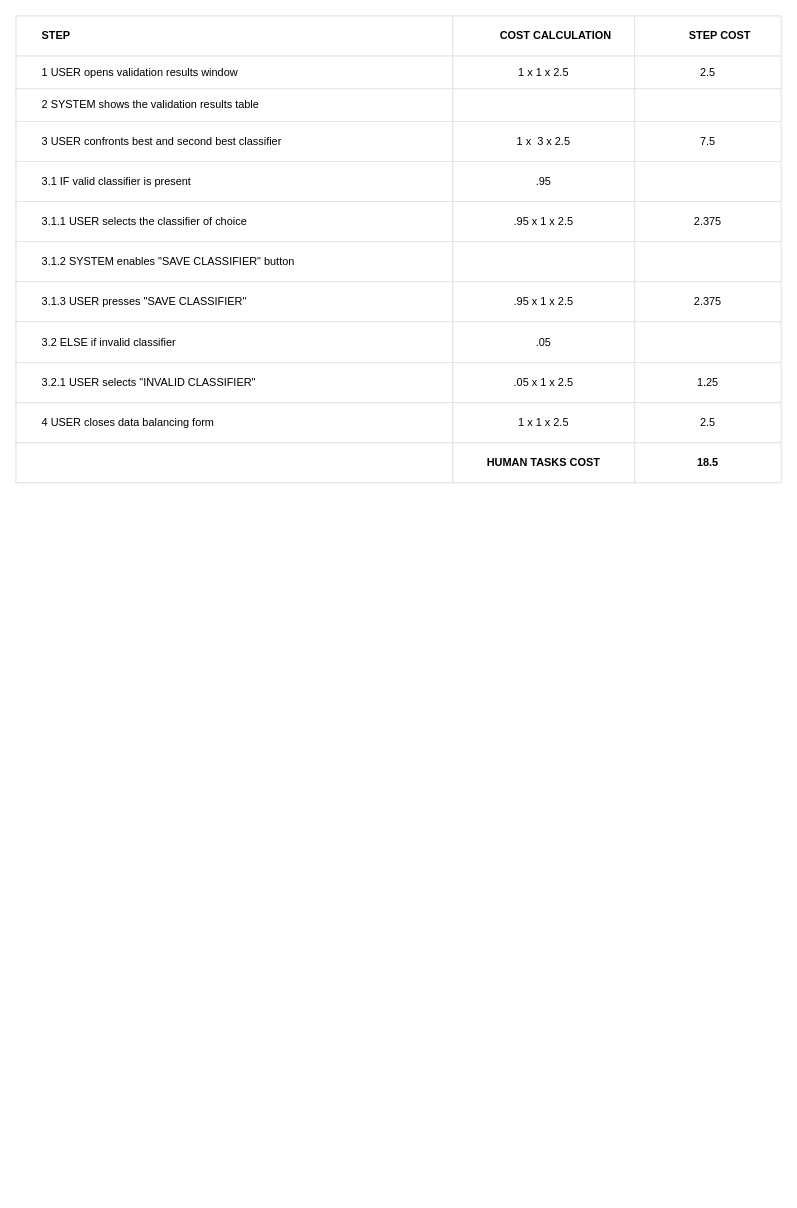
Earlier version of the draw.io diagram check validation results (Cape)/table_check validation results.drawio (BaffoBello14/AutomaticDamagesRecognition). Source tidied: cells renumbered, new cells numbered last; positions are measured from the earlier drawing's top-left corner, leaving out a move shared by most shapes. Both pictures are drawn from the tidied source at 91%, with x=0, y=0 at pixel (15, 15).
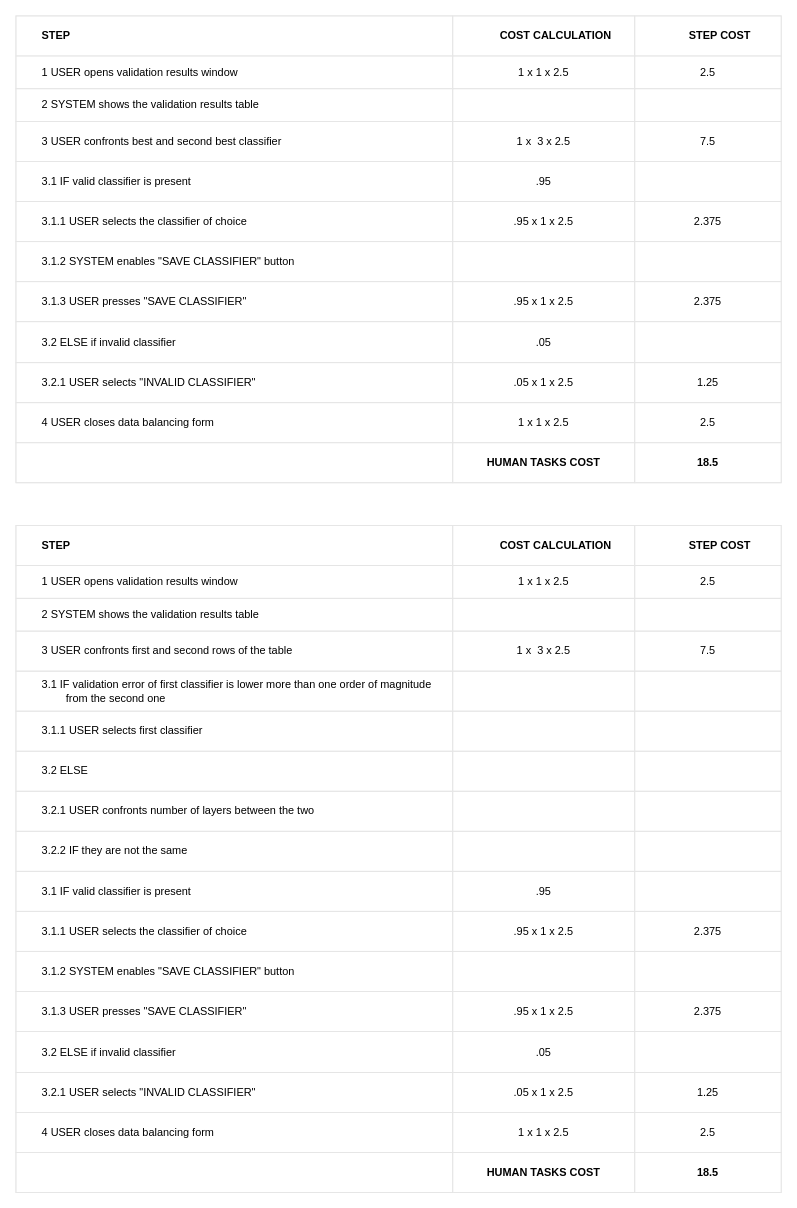
The same page after the edit.

Change to the diagram source:
```diff
@@
+    <mxCell id="51" style="childLayout=tableLayout;shadow=0;strokeColor=#E6E6E6;align=center;" parent="1" vertex="1">
+      <mxGeometry y="560" width="841" height="733" as="geometry" />
+    </mxCell>
+    <mxCell id="52" style="shape=tableRow;horizontal=0;startSize=0;swimlaneHead=0;swimlaneBody=0;top=0;left=0;bottom=0;right=0;fontStyle=0;fillColor=none;strokeColor=inherit;align=center;" parent="51" vertex="1">
+      <mxGeometry width="841" height="44" as="geometry" />
+    </mxCell>
+    <mxCell id="53" value="&lt;span style=&quot;white-space: pre;&quot;&gt;&#9;&lt;/span&gt;STEP" style="strokeColor=inherit;fillColor=none;align=left;whiteSpace=wrap;html=1;fontStyle=1;labelPosition=center;verticalLabelPosition=middle;verticalAlign=middle;" parent="52" vertex="1">
+      <mxGeometry width="480" height="44" as="geometry" />
+    </mxCell>
+    <mxCell id="54" value="&lt;span style=&quot;white-space: pre;&quot;&gt;&#9;&lt;/span&gt;COST CALCULATION" style="strokeColor=inherit;fillColor=none;align=center;whiteSpace=wrap;html=1;fontStyle=1;" parent="52" vertex="1">
+      <mxGeometry x="480" width="200" height="44" as="geometry" />
+    </mxCell>
+    <mxCell id="55" value="&lt;span style=&quot;white-space: pre;&quot;&gt;&#9;&lt;/span&gt;STEP COST" style="strokeColor=inherit;fillColor=none;align=center;whiteSpace=wrap;html=1;fontStyle=1;" parent="52" vertex="1">
+      <mxGeometry x="680" width="161" height="44" as="geometry" />
+    </mxCell>
+    <mxCell id="56" style="shape=tableRow;horizontal=0;startSize=0;swimlaneHead=0;swimlaneBody=0;top=0;left=0;bottom=0;right=0;fontStyle=0;fillColor=none;strokeColor=inherit;align=center;" parent="51" vertex="1">
+      <mxGeometry y="44" width="841" height="36" as="geometry" />
+    </mxCell>
+    <mxCell id="57" value="&lt;span style=&quot;white-space: pre;&quot;&gt;&#9;&lt;/span&gt;1 USER opens validation results window" style="strokeColor=inherit;fillColor=none;align=left;whiteSpace=wrap;html=1;labelPosition=center;verticalLabelPosition=middle;verticalAlign=middle;" parent="56" vertex="1">
+      <mxGeometry width="480" height="36" as="geometry" />
+    </mxCell>
+    <mxCell id="58" value="1 x 1 x 2.5" style="strokeColor=inherit;fillColor=none;align=center;whiteSpace=wrap;html=1;" parent="56" vertex="1">
+      <mxGeometry x="480" width="200" height="36" as="geometry" />
+    </mxCell>
+    <mxCell id="59" value="2.5" style="strokeColor=inherit;fillColor=none;align=center;whiteSpace=wrap;html=1;" parent="56" vertex="1">
+      <mxGeometry x="680" width="161" height="36" as="geometry" />
+    </mxCell>
+    <mxCell id="60" style="shape=tableRow;horizontal=0;startSize=0;swimlaneHead=0;swimlaneBody=0;top=0;left=0;bottom=0;right=0;fontStyle=0;fillColor=none;strokeColor=inherit;align=center;" parent="51" vertex="1">
+      <mxGeometry y="80" width="841" height="36" as="geometry" />
+    </mxCell>
+    <mxCell id="61" value="&lt;span style=&quot;white-space: pre;&quot;&gt;&#9;&lt;/span&gt;2 SYSTEM shows the validation results table" style="strokeColor=inherit;fillColor=none;align=left;whiteSpace=wrap;html=1;labelPosition=center;verticalLabelPosition=middle;verticalAlign=middle;" parent="60" vertex="1">
+      <mxGeometry width="480" height="36" as="geometry" />
+    </mxCell>
+    <mxCell id="62" style="strokeColor=inherit;fillColor=none;align=center;whiteSpace=wrap;html=1;" parent="60" vertex="1">
+      <mxGeometry x="480" width="200" height="36" as="geometry" />
+    </mxCell>
+    <mxCell id="63" style="strokeColor=inherit;fillColor=none;align=center;whiteSpace=wrap;html=1;" parent="60" vertex="1">
+      <mxGeometry x="680" width="161" height="36" as="geometry" />
+    </mxCell>
+    <mxCell id="64" style="shape=tableRow;horizontal=0;startSize=0;swimlaneHead=0;swimlaneBody=0;top=0;left=0;bottom=0;right=0;fontStyle=0;fillColor=none;strokeColor=inherit;align=center;" parent="51" vertex="1">
+      <mxGeometry y="116" width="841" height="44" as="geometry" />
+    </mxCell>
+    <mxCell id="65" value="&lt;span style=&quot;border-color: var(--border-color);&quot;&gt;&#9;&lt;/span&gt;&lt;span style=&quot;white-space: pre;&quot;&gt;&#9;&lt;/span&gt;3 USER confronts first and second rows of the table" style="strokeColor=inherit;fillColor=none;align=left;whiteSpace=wrap;html=1;labelPosition=center;verticalLabelPosition=middle;verticalAlign=middle;" parent="64" vertex="1">
+      <mxGeometry width="480" height="44" as="geometry" />
+    </mxCell>
+    <mxCell id="66" value="1 x&amp;nbsp; 3 x 2.5" style="strokeColor=inherit;fillColor=none;align=center;whiteSpace=wrap;html=1;" parent="64" vertex="1">
+      <mxGeometry x="480" width="200" height="44" as="geometry" />
+    </mxCell>
+    <mxCell id="67" value="7.5" style="strokeColor=inherit;fillColor=none;align=center;whiteSpace=wrap;html=1;" parent="64" vertex="1">
+      <mxGeometry x="680" width="161" height="44" as="geometry" />
+    </mxCell>
+    <mxCell id="68" style="shape=tableRow;horizontal=0;startSize=0;swimlaneHead=0;swimlaneBody=0;top=0;left=0;bottom=0;right=0;fontStyle=0;fillColor=none;strokeColor=inherit;align=center;" parent="51" vertex="1">
+      <mxGeometry y="160" width="841" height="44" as="geometry" />
+    </mxCell>
+    <mxCell id="69" value="&lt;span style=&quot;white-space: pre;&quot;&gt;&#9;&lt;/span&gt;3.1&amp;nbsp;IF validation error of first classifier is lower more than one order of magnitude &lt;span style=&quot;white-space: pre;&quot;&gt;&#9;&lt;/span&gt;&lt;span style=&quot;white-space: pre;&quot;&gt;&#9;&lt;/span&gt;from the second one" style="strokeColor=inherit;fillColor=none;align=left;whiteSpace=wrap;html=1;labelPosition=center;verticalLabelPosition=middle;verticalAlign=middle;" parent="68" vertex="1">
+      <mxGeometry width="480" height="44" as="geometry" />
+    </mxCell>
+    <mxCell id="70" style="strokeColor=inherit;fillColor=none;align=center;whiteSpace=wrap;html=1;" parent="68" vertex="1">
+      <mxGeometry x="480" width="200" height="44" as="geometry" />
+    </mxCell>
+    <mxCell id="71" style="strokeColor=inherit;fillColor=none;align=center;whiteSpace=wrap;html=1;" parent="68" vertex="1">
+      <mxGeometry x="680" width="161" height="44" as="geometry" />
+    </mxCell>
+    <mxCell id="72" style="shape=tableRow;horizontal=0;startSize=0;swimlaneHead=0;swimlaneBody=0;top=0;left=0;bottom=0;right=0;fontStyle=0;fillColor=none;strokeColor=inherit;align=center;" parent="51" vertex="1">
+      <mxGeometry y="204" width="841" height="44" as="geometry" />
+    </mxCell>
+    <mxCell id="73" value="&lt;span style=&quot;white-space: pre;&quot;&gt;&#9;&lt;/span&gt;3.1.1 USER selects first classifier" style="strokeColor=inherit;fillColor=none;align=left;whiteSpace=wrap;html=1;labelPosition=center;verticalLabelPosition=middle;verticalAlign=middle;" parent="72" vertex="1">
+      <mxGeometry width="480" height="44" as="geometry" />
+    </mxCell>
+    <mxCell id="74" style="strokeColor=inherit;fillColor=none;align=center;whiteSpace=wrap;html=1;" parent="72" vertex="1">
+      <mxGeometry x="480" width="200" height="44" as="geometry" />
+    </mxCell>
+    <mxCell id="75" style="strokeColor=inherit;fillColor=none;align=center;whiteSpace=wrap;html=1;" parent="72" vertex="1">
+      <mxGeometry x="680" width="161" height="44" as="geometry" />
+    </mxCell>
+    <mxCell id="76" style="shape=tableRow;horizontal=0;startSize=0;swimlaneHead=0;swimlaneBody=0;top=0;left=0;bottom=0;right=0;fontStyle=0;fillColor=none;strokeColor=inherit;align=center;" parent="51" vertex="1">
+      <mxGeometry y="248" width="841" height="44" as="geometry" />
+    </mxCell>
+    <mxCell id="77" value="&lt;span style=&quot;white-space: pre;&quot;&gt;&#9;&lt;/span&gt;3.2 ELSE&amp;nbsp;&amp;nbsp;" style="strokeColor=inherit;fillColor=none;align=left;whiteSpace=wrap;html=1;labelPosition=center;verticalLabelPosition=middle;verticalAlign=middle;" parent="76" vertex="1">
+      <mxGeometry width="480" height="44" as="geometry" />
+    </mxCell>
+    <mxCell id="78" style="strokeColor=inherit;fillColor=none;align=center;whiteSpace=wrap;html=1;" parent="76" vertex="1">
+      <mxGeometry x="480" width="200" height="44" as="geometry" />
+    </mxCell>
+    <mxCell id="79" style="strokeColor=inherit;fillColor=none;align=center;whiteSpace=wrap;html=1;" parent="76" vertex="1">
+      <mxGeometry x="680" width="161" height="44" as="geometry" />
+    </mxCell>
+    <mxCell id="80" style="shape=tableRow;horizontal=0;startSize=0;swimlaneHead=0;swimlaneBody=0;top=0;left=0;bottom=0;right=0;fontStyle=0;fillColor=none;strokeColor=inherit;align=center;" parent="51" vertex="1">
+      <mxGeometry y="292" width="841" height="44" as="geometry" />
+    </mxCell>
+    <mxCell id="81" value="&lt;span style=&quot;white-space: pre;&quot;&gt;&#9;&lt;/span&gt;3.2.1 USER confronts number of layers between the two" style="strokeColor=inherit;fillColor=none;align=left;whiteSpace=wrap;html=1;labelPosition=center;verticalLabelPosition=middle;verticalAlign=middle;" parent="80" vertex="1">
+      <mxGeometry width="480" height="44" as="geometry" />
+    </mxCell>
+    <mxCell id="82" style="strokeColor=inherit;fillColor=none;align=center;whiteSpace=wrap;html=1;" parent="80" vertex="1">
+      <mxGeometry x="480" width="200" height="44" as="geometry" />
+    </mxCell>
+    <mxCell id="83" style="strokeColor=inherit;fillColor=none;align=center;whiteSpace=wrap;html=1;" parent="80" vertex="1">
+      <mxGeometry x="680" width="161" height="44" as="geometry" />
+    </mxCell>
+    <mxCell id="84" style="shape=tableRow;horizontal=0;startSize=0;swimlaneHead=0;swimlaneBody=0;top=0;left=0;bottom=0;right=0;fontStyle=0;fillColor=none;strokeColor=inherit;align=center;" parent="51" vertex="1">
+      <mxGeometry y="336" width="841" height="44" as="geometry" />
+    </mxCell>
+    <mxCell id="85" value="&lt;span style=&quot;white-space: pre;&quot;&gt;&#9;&lt;/span&gt;3.2.2 IF they are not the same" style="strokeColor=inherit;fillColor=none;align=left;whiteSpace=wrap;html=1;labelPosition=center;verticalLabelPosition=middle;verticalAlign=middle;" parent="84" vertex="1">
+      <mxGeometry width="480" height="44" as="geometry" />
+    </mxCell>
+    <mxCell id="86" style="strokeColor=inherit;fillColor=none;align=center;whiteSpace=wrap;html=1;" parent="84" vertex="1">
+      <mxGeometry x="480" width="200" height="44" as="geometry" />
+    </mxCell>
+    <mxCell id="87" style="strokeColor=inherit;fillColor=none;align=center;whiteSpace=wrap;html=1;" parent="84" vertex="1">
+      <mxGeometry x="680" width="161" height="44" as="geometry" />
+    </mxCell>
+    <mxCell id="88" style="shape=tableRow;horizontal=0;startSize=0;swimlaneHead=0;swimlaneBody=0;top=0;left=0;bottom=0;right=0;fontStyle=0;fillColor=none;strokeColor=inherit;align=center;" parent="51" vertex="1">
+      <mxGeometry y="380" width="841" height="44" as="geometry" />
+    </mxCell>
+    <mxCell id="89" value="&lt;span style=&quot;white-space: pre;&quot;&gt;&#9;&lt;/span&gt;3.1&amp;nbsp;IF valid classifier is present" style="strokeColor=inherit;fillColor=none;align=left;whiteSpace=wrap;html=1;labelPosition=center;verticalLabelPosition=middle;verticalAlign=middle;" parent="88" vertex="1">
+      <mxGeometry width="480" height="44" as="geometry" />
+    </mxCell>
+    <mxCell id="90" value=".95" style="strokeColor=inherit;fillColor=none;align=center;whiteSpace=wrap;html=1;" parent="88" vertex="1">
+      <mxGeometry x="480" width="200" height="44" as="geometry" />
+    </mxCell>
+    <mxCell id="91" style="strokeColor=inherit;fillColor=none;align=center;whiteSpace=wrap;html=1;" parent="88" vertex="1">
+      <mxGeometry x="680" width="161" height="44" as="geometry" />
+    </mxCell>
+    <mxCell id="92" style="shape=tableRow;horizontal=0;startSize=0;swimlaneHead=0;swimlaneBody=0;top=0;left=0;bottom=0;right=0;fontStyle=0;fillColor=none;strokeColor=inherit;align=center;" parent="51" vertex="1">
+      <mxGeometry y="424" width="841" height="44" as="geometry" />
+    </mxCell>
+    <mxCell id="93" value="&lt;span style=&quot;&quot;&gt;&#9;&lt;/span&gt;&lt;span style=&quot;white-space: pre;&quot;&gt;&#9;&lt;/span&gt;3.1.1&amp;nbsp;USER selects the classifier of choice" style="strokeColor=inherit;fillColor=none;align=left;whiteSpace=wrap;html=1;labelPosition=center;verticalLabelPosition=middle;verticalAlign=middle;" parent="92" vertex="1">
+      <mxGeometry width="480" height="44" as="geometry" />
+    </mxCell>
+    <mxCell id="94" value=".95 x 1 x 2.5" style="strokeColor=inherit;fillColor=none;align=center;whiteSpace=wrap;html=1;" parent="92" vertex="1">
+      <mxGeometry x="480" width="200" height="44" as="geometry" />
+    </mxCell>
+    <mxCell id="95" value="2.375" style="strokeColor=inherit;fillColor=none;align=center;whiteSpace=wrap;html=1;" parent="92" vertex="1">
+      <mxGeometry x="680" width="161" height="44" as="geometry" />
+    </mxCell>
+    <mxCell id="96" style="shape=tableRow;horizontal=0;startSize=0;swimlaneHead=0;swimlaneBody=0;top=0;left=0;bottom=0;right=0;fontStyle=0;fillColor=none;strokeColor=inherit;align=center;" parent="51" vertex="1">
+      <mxGeometry y="468" width="841" height="44" as="geometry" />
+    </mxCell>
+    <mxCell id="97" value="&lt;span style=&quot;white-space: pre;&quot;&gt;&#9;&lt;/span&gt;3.1.2 SYSTEM enables &quot;SAVE CLASSIFIER&quot; button" style="strokeColor=inherit;fillColor=none;align=left;whiteSpace=wrap;html=1;labelPosition=center;verticalLabelPosition=middle;verticalAlign=middle;" parent="96" vertex="1">
+      <mxGeometry width="480" height="44" as="geometry" />
+    </mxCell>
+    <mxCell id="98" style="strokeColor=inherit;fillColor=none;align=center;whiteSpace=wrap;html=1;" parent="96" vertex="1">
+      <mxGeometry x="480" width="200" height="44" as="geometry" />
+    </mxCell>
+    <mxCell id="99" style="strokeColor=inherit;fillColor=none;align=center;whiteSpace=wrap;html=1;" parent="96" vertex="1">
+      <mxGeometry x="680" width="161" height="44" as="geometry" />
+    </mxCell>
+    <mxCell id="100" style="shape=tableRow;horizontal=0;startSize=0;swimlaneHead=0;swimlaneBody=0;top=0;left=0;bottom=0;right=0;fontStyle=0;fillColor=none;strokeColor=inherit;align=center;" parent="51" vertex="1">
+      <mxGeometry y="512" width="841" height="44" as="geometry" />
+    </mxCell>
+    <mxCell id="101" value="&lt;span style=&quot;white-space: pre;&quot;&gt;&#9;&lt;/span&gt;3.1.3 USER presses &quot;SAVE CLASSIFIER&quot;" style="strokeColor=inherit;fillColor=none;align=left;whiteSpace=wrap;html=1;labelPosition=center;verticalLabelPosition=middle;verticalAlign=middle;" parent="100" vertex="1">
+      <mxGeometry width="480" height="44" as="geometry" />
+    </mxCell>
+    <mxCell id="102" value=".95 x 1 x 2.5" style="strokeColor=inherit;fillColor=none;align=center;whiteSpace=wrap;html=1;" parent="100" vertex="1">
+      <mxGeometry x="480" width="200" height="44" as="geometry" />
+    </mxCell>
+    <mxCell id="103" value="2.375" style="strokeColor=inherit;fillColor=none;align=center;whiteSpace=wrap;html=1;" parent="100" vertex="1">
+      <mxGeometry x="680" width="161" height="44" as="geometry" />
+    </mxCell>
+    <mxCell id="104" style="shape=tableRow;horizontal=0;startSize=0;swimlaneHead=0;swimlaneBody=0;top=0;left=0;bottom=0;right=0;fontStyle=0;fillColor=none;strokeColor=inherit;align=center;" parent="51" vertex="1">
+      <mxGeometry y="556" width="841" height="45" as="geometry" />
+    </mxCell>
+    <mxCell id="105" value="&lt;span style=&quot;white-space: pre;&quot;&gt;&#9;&lt;/span&gt;3.2&amp;nbsp;ELSE if invalid classifier" style="strokeColor=inherit;fillColor=none;align=left;whiteSpace=wrap;html=1;labelPosition=center;verticalLabelPosition=middle;verticalAlign=middle;" parent="104" vertex="1">
+      <mxGeometry width="480" height="45" as="geometry" />
+    </mxCell>
+    <mxCell id="106" value=".05" style="strokeColor=inherit;fillColor=none;align=center;whiteSpace=wrap;html=1;" parent="104" vertex="1">
+      <mxGeometry x="480" width="200" height="45" as="geometry" />
+    </mxCell>
+    <mxCell id="107" style="strokeColor=inherit;fillColor=none;align=center;whiteSpace=wrap;html=1;" parent="104" vertex="1">
+      <mxGeometry x="680" width="161" height="45" as="geometry" />
+    </mxCell>
+    <mxCell id="108" style="shape=tableRow;horizontal=0;startSize=0;swimlaneHead=0;swimlaneBody=0;top=0;left=0;bottom=0;right=0;fontStyle=0;fillColor=none;strokeColor=inherit;align=center;" parent="51" vertex="1">
+      <mxGeometry y="601" width="841" height="44" as="geometry" />
+    </mxCell>
+    <mxCell id="109" value="&lt;span style=&quot;white-space: pre;&quot;&gt;&#9;&lt;/span&gt;3.2.1&amp;nbsp;USER selects &quot;INVALID CLASSIFIER&quot;" style="strokeColor=inherit;fillColor=none;align=left;whiteSpace=wrap;html=1;labelPosition=center;verticalLabelPosition=middle;verticalAlign=middle;" parent="108" vertex="1">
+      <mxGeometry width="480" height="44" as="geometry" />
+    </mxCell>
+    <mxCell id="110" value=".05 x 1 x 2.5" style="strokeColor=inherit;fillColor=none;align=center;whiteSpace=wrap;html=1;" parent="108" vertex="1">
+      <mxGeometry x="480" width="200" height="44" as="geometry" />
+    </mxCell>
+    <mxCell id="111" value="1.25" style="strokeColor=inherit;fillColor=none;align=center;whiteSpace=wrap;html=1;" parent="108" vertex="1">
+      <mxGeometry x="680" width="161" height="44" as="geometry" />
+    </mxCell>
+    <mxCell id="112" style="shape=tableRow;horizontal=0;startSize=0;swimlaneHead=0;swimlaneBody=0;top=0;left=0;bottom=0;right=0;fontStyle=0;fillColor=none;strokeColor=inherit;align=center;" parent="51" vertex="1">
+      <mxGeometry y="645" width="841" height="44" as="geometry" />
+    </mxCell>
+    <mxCell id="113" value="&lt;span style=&quot;&quot;&gt;&#9;&lt;/span&gt;&lt;span style=&quot;white-space: pre;&quot;&gt;&#9;&lt;/span&gt;4 USER closes data balancing form" style="strokeColor=inherit;fillColor=none;align=left;whiteSpace=wrap;html=1;labelPosition=center;verticalLabelPosition=middle;verticalAlign=middle;" parent="112" vertex="1">
+      <mxGeometry width="480" height="44" as="geometry" />
+    </mxCell>
+    <mxCell id="114" value="1 x 1 x 2.5" style="strokeColor=inherit;fillColor=none;align=center;whiteSpace=wrap;html=1;" parent="112" vertex="1">
+      <mxGeometry x="480" width="200" height="44" as="geometry" />
+    </mxCell>
+    <mxCell id="115" value="2.5" style="strokeColor=inherit;fillColor=none;align=center;whiteSpace=wrap;html=1;" parent="112" vertex="1">
+      <mxGeometry x="680" width="161" height="44" as="geometry" />
+    </mxCell>
+    <mxCell id="116" style="shape=tableRow;horizontal=0;startSize=0;swimlaneHead=0;swimlaneBody=0;top=0;left=0;bottom=0;right=0;fontStyle=0;fillColor=none;strokeColor=inherit;align=center;" parent="51" vertex="1">
+      <mxGeometry y="689" width="841" height="44" as="geometry" />
+    </mxCell>
+    <mxCell id="117" style="strokeColor=inherit;fillColor=none;align=left;whiteSpace=wrap;html=1;labelPosition=center;verticalLabelPosition=middle;verticalAlign=middle;" parent="116" vertex="1">
+      <mxGeometry width="480" height="44" as="geometry" />
+    </mxCell>
+    <mxCell id="118" value="&lt;b&gt;HUMAN TASKS COST&lt;/b&gt;" style="strokeColor=inherit;fillColor=none;align=center;whiteSpace=wrap;html=1;" parent="116" vertex="1">
+      <mxGeometry x="480" width="200" height="44" as="geometry" />
+    </mxCell>
+    <mxCell id="119" value="&lt;b&gt;18.5&lt;/b&gt;" style="strokeColor=inherit;fillColor=none;align=center;whiteSpace=wrap;html=1;" parent="116" vertex="1">
+      <mxGeometry x="680" width="161" height="44" as="geometry" />
+    </mxCell>
```
